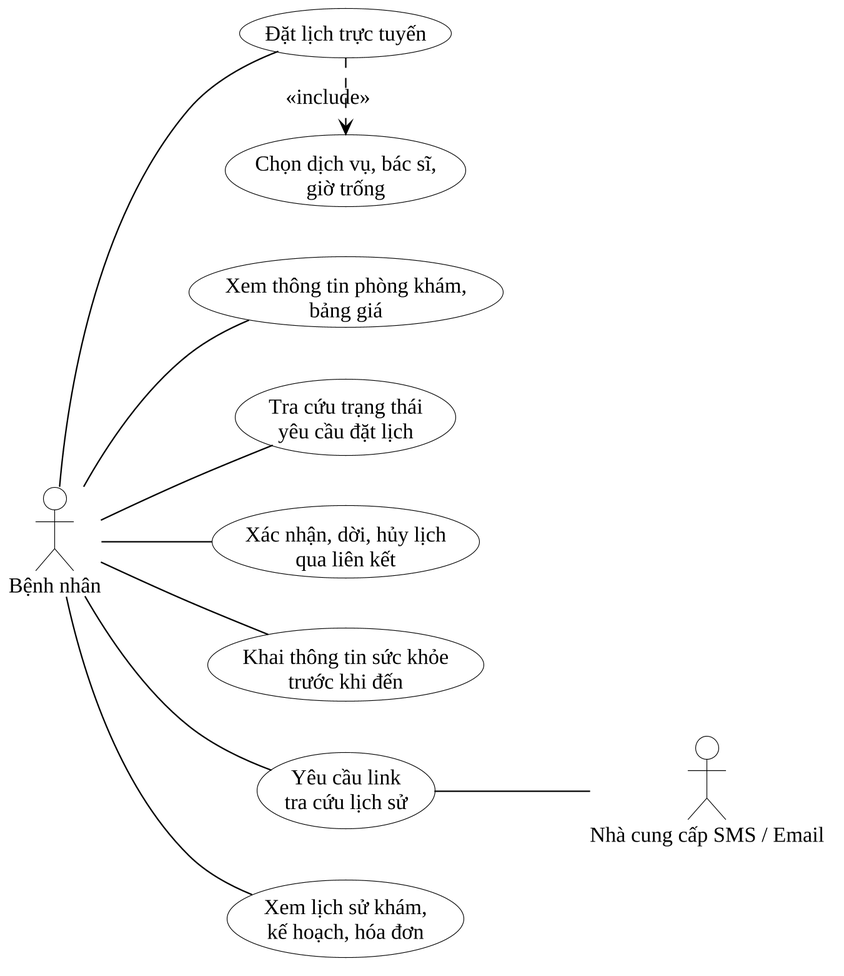
This is docs/10_Thesis/bao-cao/hinh/2-6-use-case-benh-nhan.png from Trantuan0310/dental-clinic-nestjs-react, a PlantUML export, as it was before one commit.
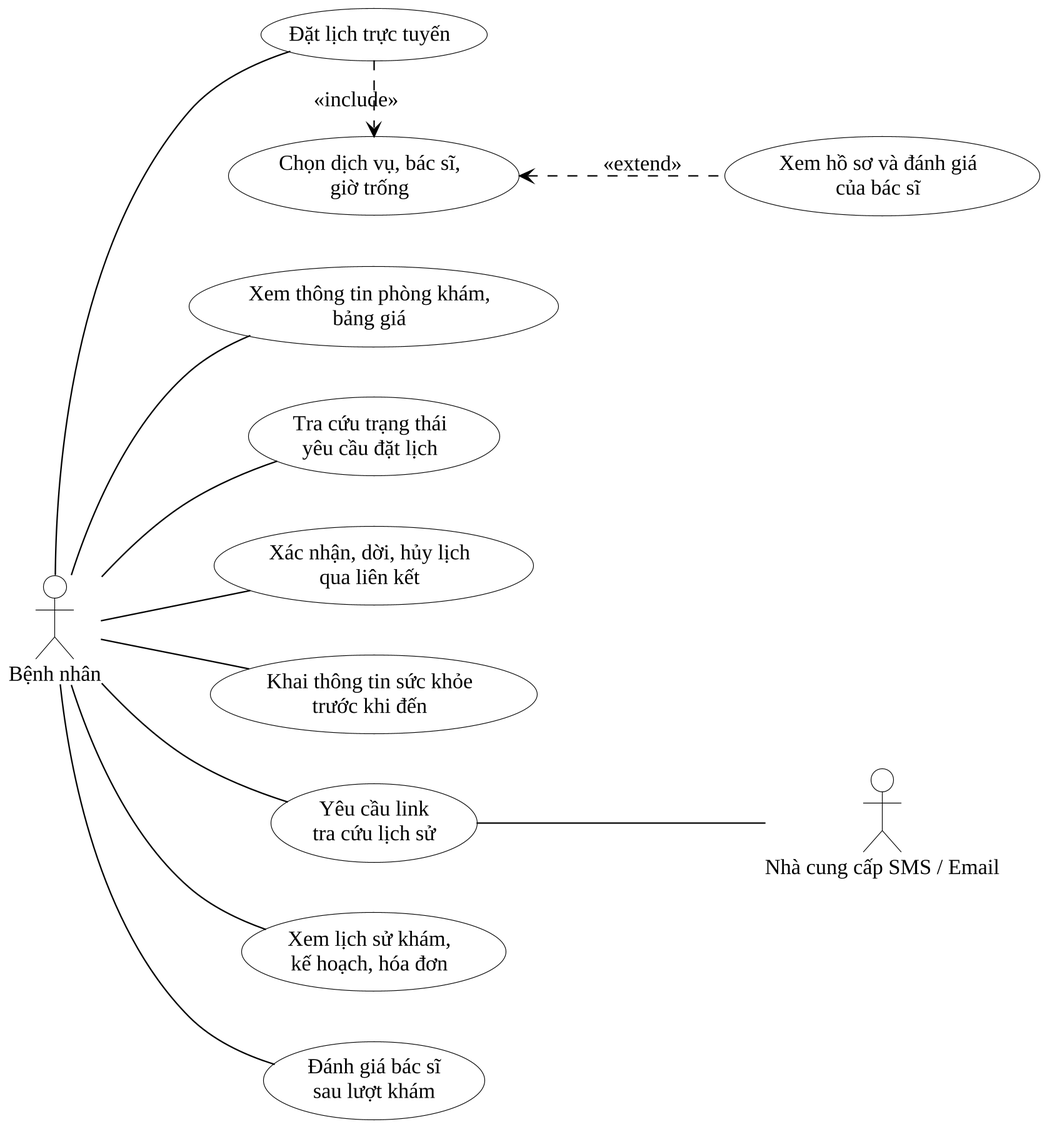
The same file after the commit.

Commit message:
Báo cáo (dở): đặt lịch 4 bước, hồ sơ và đánh giá bác sĩ, kiểm tra khóa i18n, cập nhật số liệu

Change to the diagram source:
```diff
@@ -6,11 +6,13 @@
 usecase "Xem thông tin phòng khám,\nbảng giá" as a
 usecase "Đặt lịch trực tuyến" as b
 usecase "Chọn dịch vụ, bác sĩ,\ngiờ trống" as b2
+usecase "Xem hồ sơ và đánh giá\ncủa bác sĩ" as b3
 usecase "Tra cứu trạng thái\nyêu cầu đặt lịch" as c
 usecase "Xác nhận, dời, hủy lịch\nqua liên kết" as d
 usecase "Khai thông tin sức khỏe\ntrước khi đến" as e
 usecase "Yêu cầu link\ntra cứu lịch sử" as f
 usecase "Xem lịch sử khám,\nkế hoạch, hóa đơn" as g
+usecase "Đánh giá bác sĩ\nsau lượt khám" as h
 BN -- a
 BN -- b
 BN -- c
@@ -18,6 +20,8 @@
 BN -- e
 BN -- f
 BN -- g
+BN -- h
 b .> b2 : <<include>>
+b2 <.. b3 : <<extend>>
 f -- MS
 @enduml
```
